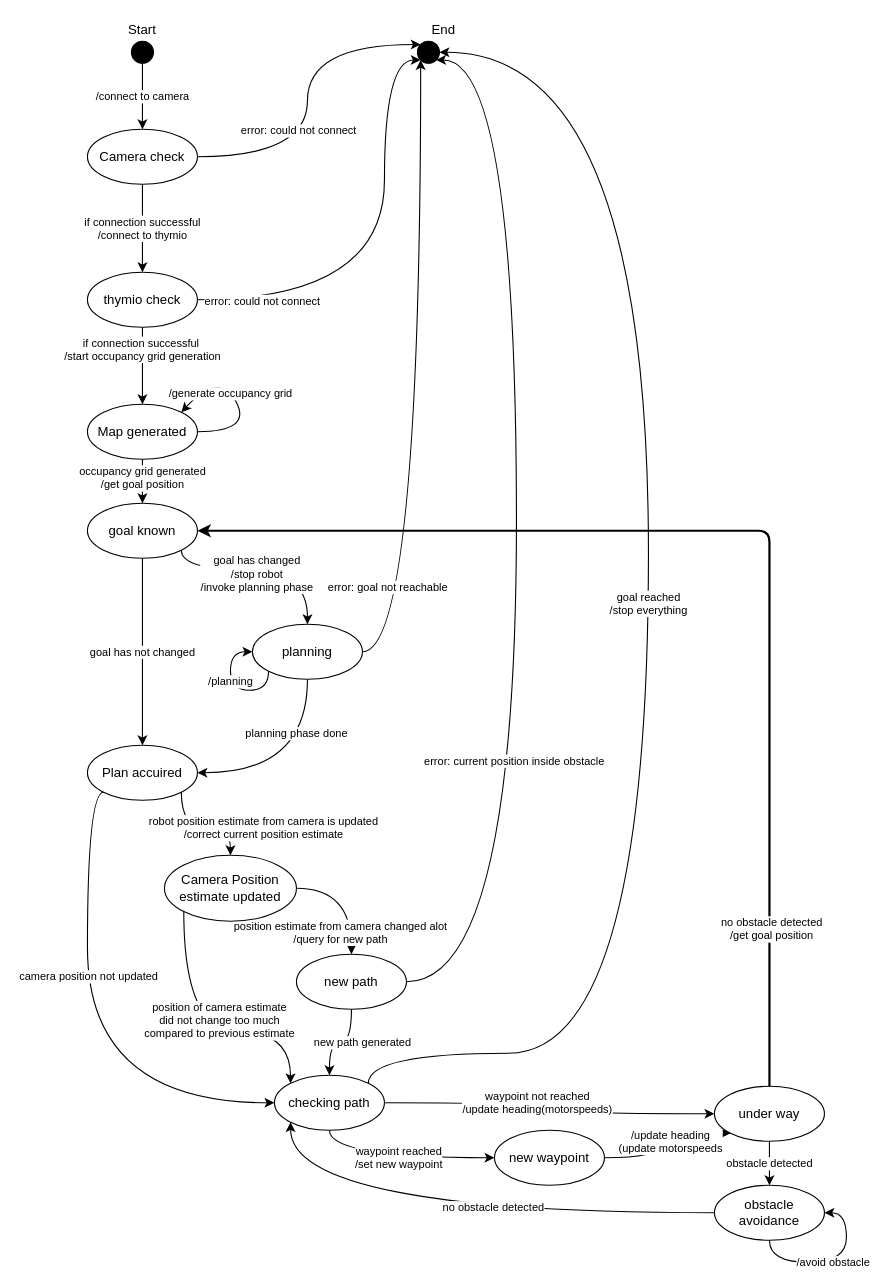
This is documentation/stateEventRobotics.drawio from micht1/publicmobileRobotics, a draw.io file, before an edit. Source tidied: cells renumbered, new cells numbered last; positions are measured from the earlier drawing's top-left corner, leaving out a move shared by most shapes. Both pictures are drawn from the tidied source at 110%, with x=0, y=0 at pixel (87, 19).
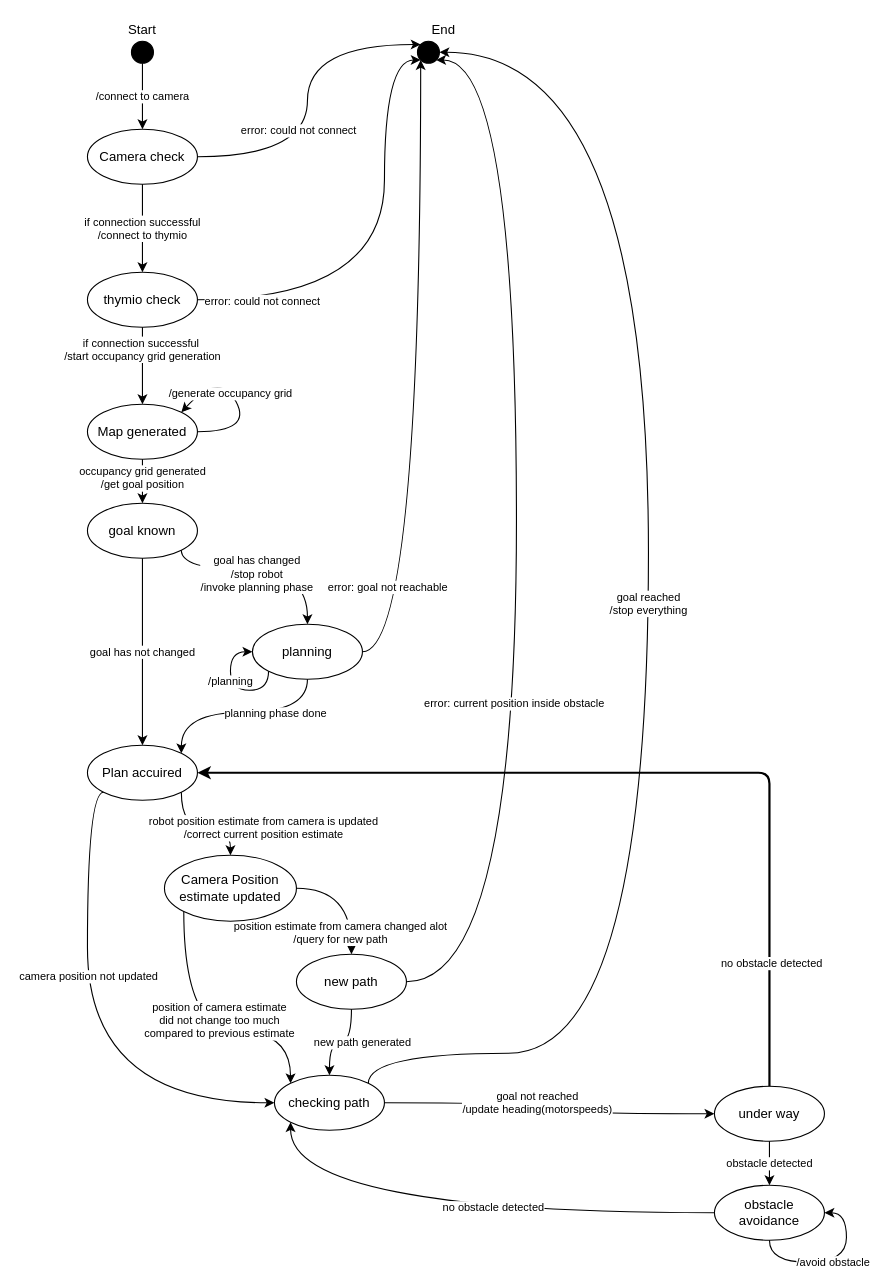
The same diagram, later.

Commit message (it also covers changes not shown here):
added general struckture and the different state functions.

The change refers to these unchanged cells:
```xml
<mxCell id="21" value="goal known" style="ellipse;whiteSpace=wrap;html=1;fillColor=none;" parent="1" vertex="1">
  <mxGeometry y="440" width="100" height="50" as="geometry" />
</mxCell>
<mxCell id="25" value="Plan accuired" style="ellipse;whiteSpace=wrap;html=1;fillColor=none;" parent="1" vertex="1">
  <mxGeometry y="660" width="100" height="50" as="geometry" />
</mxCell>
<mxCell id="30" value="planning" style="ellipse;whiteSpace=wrap;html=1;fillColor=none;" parent="1" vertex="1">
  <mxGeometry x="150" y="550" width="100" height="50" as="geometry" />
</mxCell>
<mxCell id="35" style="edgeStyle=orthogonalEdgeStyle;jettySize=auto;html=1;exitX=1;exitY=0.5;exitDx=0;exitDy=0;entryX=0;entryY=0.5;entryDx=0;entryDy=0;strokeWidth=1;fontSize=10;curved=1;" parent="1" edge="1" source="37" target="51">
  <mxGeometry relative="1" as="geometry" />
</mxCell>
<mxCell id="37" value="checking path" style="ellipse;whiteSpace=wrap;html=1;fillColor=none;" parent="1" vertex="1">
  <mxGeometry x="170" y="960" width="100" height="50" as="geometry" />
</mxCell>
<mxCell id="42" style="edgeStyle=orthogonalEdgeStyle;curved=1;jettySize=auto;html=1;exitX=1;exitY=0.5;exitDx=0;exitDy=0;fontSize=10;" parent="1" edge="1" source="45">
  <mxGeometry relative="1" as="geometry">
    <mxPoint x="317" y="37" as="targetPoint" />
    <Array as="points">
      <mxPoint x="390" y="875" />
      <mxPoint x="390" y="37" />
    </Array>
  </mxGeometry>
</mxCell>
<mxCell id="51" value="under way" style="ellipse;whiteSpace=wrap;html=1;fillColor=none;" parent="1" vertex="1">
  <mxGeometry x="570" y="970" width="100" height="50" as="geometry" />
</mxCell>
```

The edit, as a diff of the source:
```diff
@@
-    <mxCell id="26" style="edgeStyle=orthogonalEdgeStyle;curved=1;rounded=0;jettySize=auto;html=1;exitX=0.5;exitY=1;exitDx=0;exitDy=0;entryX=1;entryY=0.5;entryDx=0;entryDy=0;fontSize=10;" parent="1" edge="1" source="30" target="25">
+    <mxCell id="26" style="edgeStyle=orthogonalEdgeStyle;curved=1;rounded=0;jettySize=auto;html=1;exitX=0.5;exitY=1;exitDx=0;exitDy=0;entryX=1;entryY=0;entryDx=0;entryDy=0;fontSize=10;" parent="1" edge="1" source="30" target="25">
       <mxGeometry relative="1" as="geometry" />
     </mxCell>
     <mxCell id="27" value="planning phase done" style="edgeLabel;html=1;align=center;verticalAlign=middle;fontSize=10;" parent="26" vertex="1">
-      <mxGeometry x="-0.48" y="-11" relative="1" as="geometry" />
+      <mxGeometry x="-0.48" y="-11" relative="1" as="geometry">
+        <mxPoint x="-13" y="11" as="offset" />
+      </mxGeometry>
     </mxCell>
@@
-    <mxCell id="34" value="waypoint reached&lt;br&gt;/set new waypoint" style="edgeStyle=orthogonalEdgeStyle;curved=1;jettySize=auto;html=1;exitX=0.5;exitY=1;exitDx=0;exitDy=0;entryX=0;entryY=0.5;entryDx=0;entryDy=0;fontSize=10;" parent="1" edge="1" source="37" target="47">
-      <mxGeometry relative="1" as="geometry" />
-    </mxCell>
@@
-    <mxCell id="36" value="waypoint not reached&lt;br&gt;/update heading(motorspeeds)" style="edgeLabel;html=1;align=center;verticalAlign=middle;fontSize=10;" parent="35" vertex="1">
+    <mxCell id="36" value="goal not reached&lt;br&gt;/update heading(motorspeeds)" style="edgeLabel;html=1;align=center;verticalAlign=middle;fontSize=10;" parent="35" vertex="1">
       <mxGeometry x="-0.11" y="1" relative="1" as="geometry" />
     </mxCell>
@@
     <mxCell id="43" value="error: current position inside obstacle" style="edgeLabel;html=1;align=center;verticalAlign=middle;fontSize=10;" parent="42" vertex="1">
       <mxGeometry x="-0.55" y="3" relative="1" as="geometry">
-        <mxPoint y="-74.2" as="offset" />
+        <mxPoint y="-127" as="offset" />
       </mxGeometry>
     </mxCell>
@@
-    <mxCell id="46" value="/update heading&lt;br&gt;(update motorspeeds" style="edgeStyle=orthogonalEdgeStyle;curved=1;jettySize=auto;html=1;exitX=1;exitY=0.5;exitDx=0;exitDy=0;entryX=0;entryY=1;entryDx=0;entryDy=0;fontSize=10;" parent="1" edge="1" source="47" target="51">
-      <mxGeometry x="0.2" y="-7" relative="1" as="geometry" />
-    </mxCell>
-    <mxCell id="47" value="new waypoint" style="ellipse;whiteSpace=wrap;html=1;fillColor=none;" parent="1" vertex="1">
-      <mxGeometry x="370" y="1010" width="100" height="50" as="geometry" />
-    </mxCell>
@@
-    <mxCell id="49" style="edgeStyle=orthogonalEdgeStyle;jettySize=auto;html=1;exitX=0.5;exitY=0;exitDx=0;exitDy=0;entryX=1;entryY=0.5;entryDx=0;entryDy=0;fontSize=10;strokeWidth=2;" parent="1" edge="1" source="51" target="21">
-      <mxGeometry relative="1" as="geometry">
-        <Array as="points">
-          <mxPoint x="620" y="465" />
-        </Array>
-      </mxGeometry>
+    <mxCell id="49" style="edgeStyle=orthogonalEdgeStyle;jettySize=auto;html=1;exitX=0.5;exitY=0;exitDx=0;exitDy=0;entryX=1;entryY=0.5;entryDx=0;entryDy=0;fontSize=10;strokeWidth=2;" parent="1" edge="1" source="51" target="25">
+      <mxGeometry relative="1" as="geometry" />
     </mxCell>
-    <mxCell id="50" value="no obstacle detected&lt;br&gt;/get goal position" style="edgeLabel;html=1;align=center;verticalAlign=middle;fontSize=10;" parent="49" vertex="1">
+    <mxCell id="50" value="no obstacle detected" style="edgeLabel;html=1;align=center;verticalAlign=middle;fontSize=10;" parent="49" vertex="1">
       <mxGeometry x="-0.72" y="-1" relative="1" as="geometry" />
     </mxCell>
```
